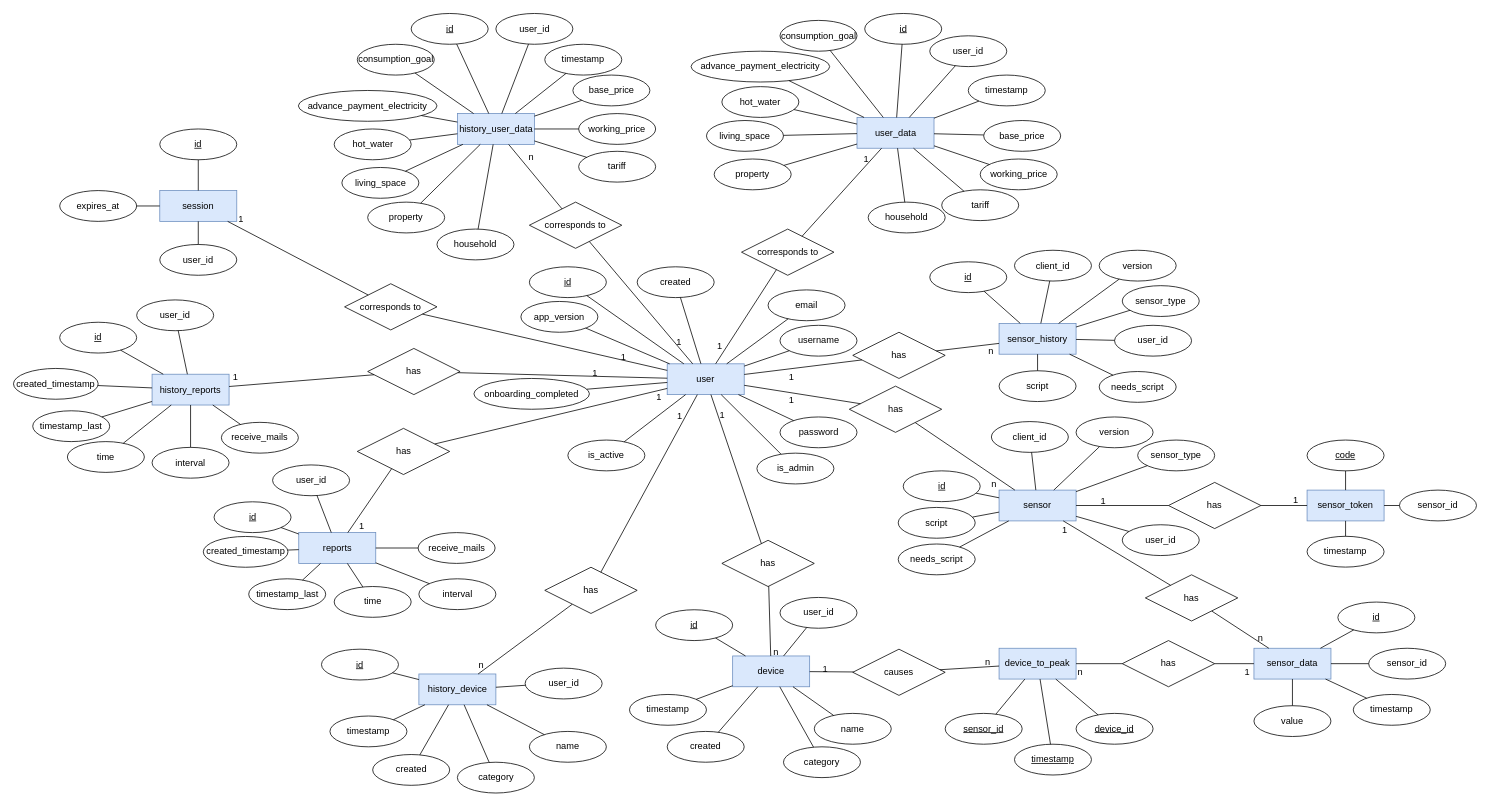
pgenergy/docs keeps this draw.io diagram as diagrams/database_entity_relationship.drawio. Above is the earlier version. Source tidied: cells renumbered, new cells numbered last; positions are measured from the earlier drawing's top-left corner, leaving out a move shared by most shapes. Both pictures are drawn from the tidied source at 77%, with x=0, y=0 at pixel (13, 13).
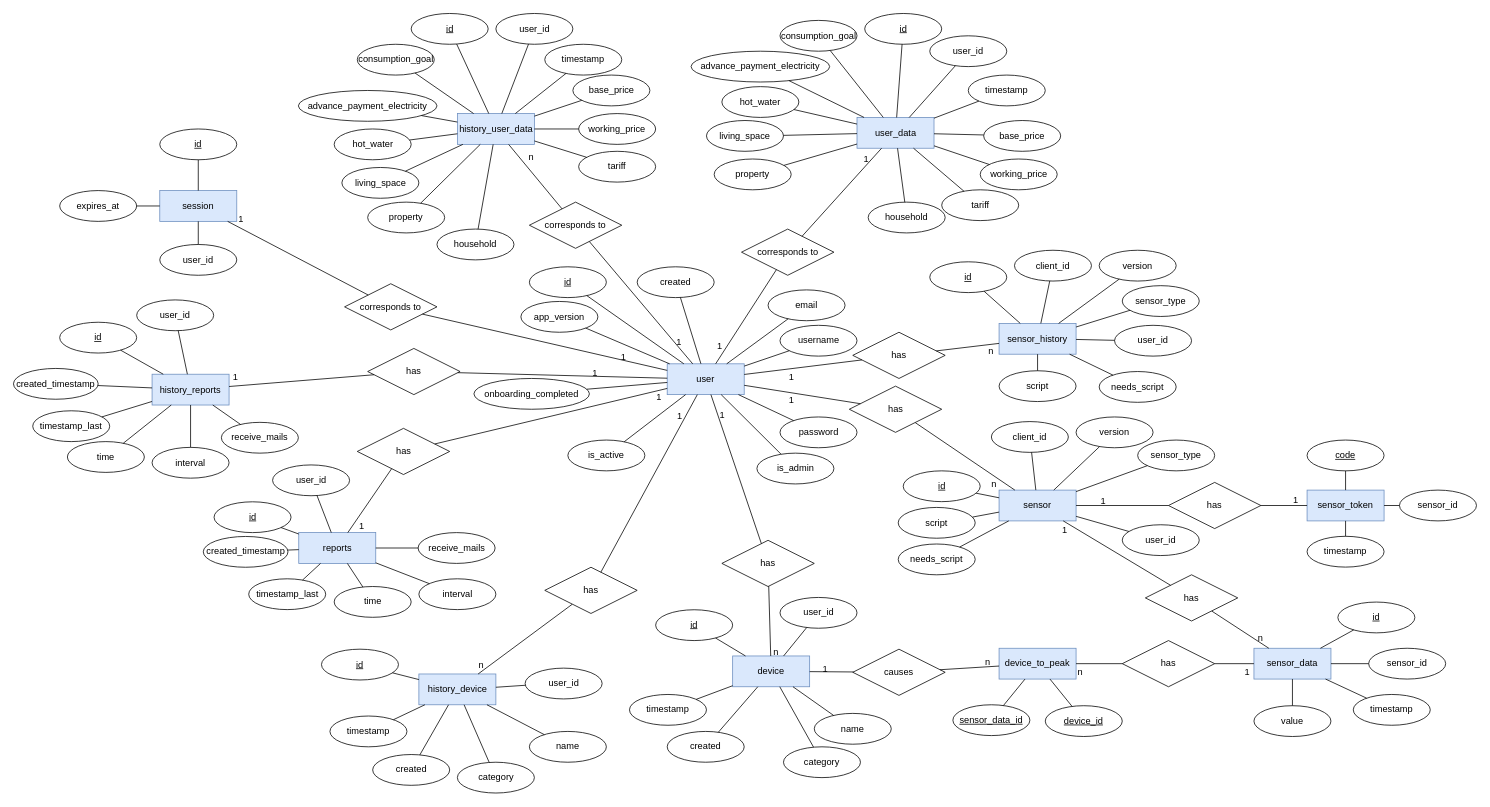
The same page after the edit.

The change refers to these unchanged cells:
```xml
<mxCell id="199" value="&lt;span class=&quot;blob-code-inner blob-code-marker js-code-nav-pass&quot;&gt;&lt;span class=&quot;pl-s&quot;&gt;device_to_peak&lt;/span&gt;&lt;/span&gt;" style="whiteSpace=wrap;html=1;align=center;fillColor=#dae8fc;strokeColor=#6c8ebf;" parent="1" vertex="1">
  <mxGeometry x="1280" y="824.4" width="100" height="40" as="geometry" />
</mxCell>
```

What changed in the source:
```diff
@@
-    <mxCell id="200" value="sensor_id" style="ellipse;whiteSpace=wrap;html=1;align=center;fontStyle=4;" parent="1" vertex="1">
-      <mxGeometry x="1210" y="909" width="100" height="40" as="geometry" />
+    <mxCell id="200" value="sensor_data_id" style="ellipse;whiteSpace=wrap;html=1;align=center;fontStyle=4;" parent="1" vertex="1">
+      <mxGeometry x="1220" y="897.8" width="100" height="40" as="geometry" />
     </mxCell>
     <mxCell id="201" value="device_id" style="ellipse;whiteSpace=wrap;html=1;align=center;fontStyle=4;" parent="1" vertex="1">
-      <mxGeometry x="1380" y="909" width="100" height="40" as="geometry" />
+      <mxGeometry x="1340" y="899" width="100" height="40" as="geometry" />
     </mxCell>
-    <mxCell id="202" value="timestamp" style="ellipse;whiteSpace=wrap;html=1;align=center;fontStyle=4;" parent="1" vertex="1">
-      <mxGeometry x="1300" y="949" width="100" height="40" as="geometry" />
-    </mxCell>
@@
-    <mxCell id="206" style="endArrow=none;html=1;rounded=0;" parent="1" edge="1" source="199" target="202">
-      <mxGeometry relative="1" as="geometry" />
-    </mxCell>
```
